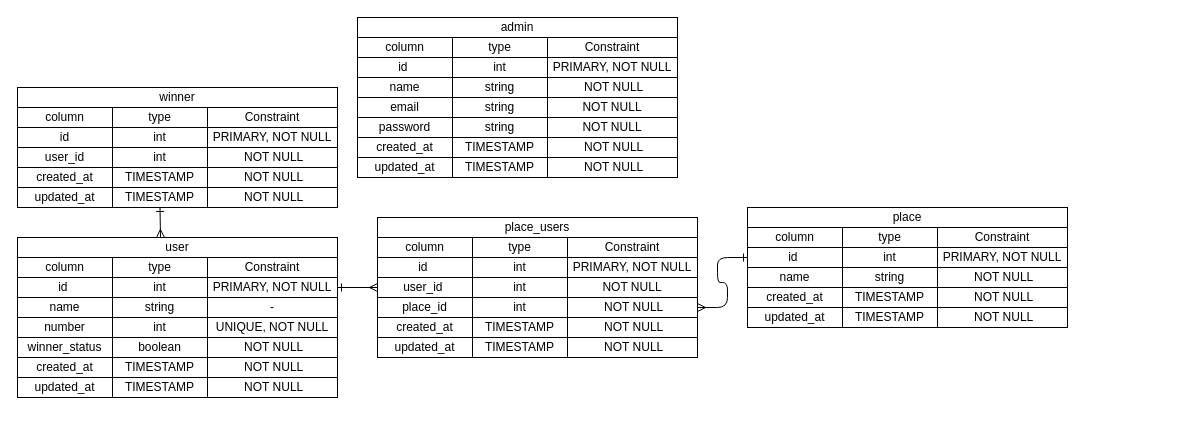
Above: lottery.drawio in NUTFes/lottery (draw.io), before the change. Source tidied: cells renumbered, new cells numbered last; positions are measured from the earlier drawing's top-left corner, leaving out a move shared by most shapes. Both pictures are drawn from the tidied source at 100%, with x=0, y=0 at pixel (17, 17).
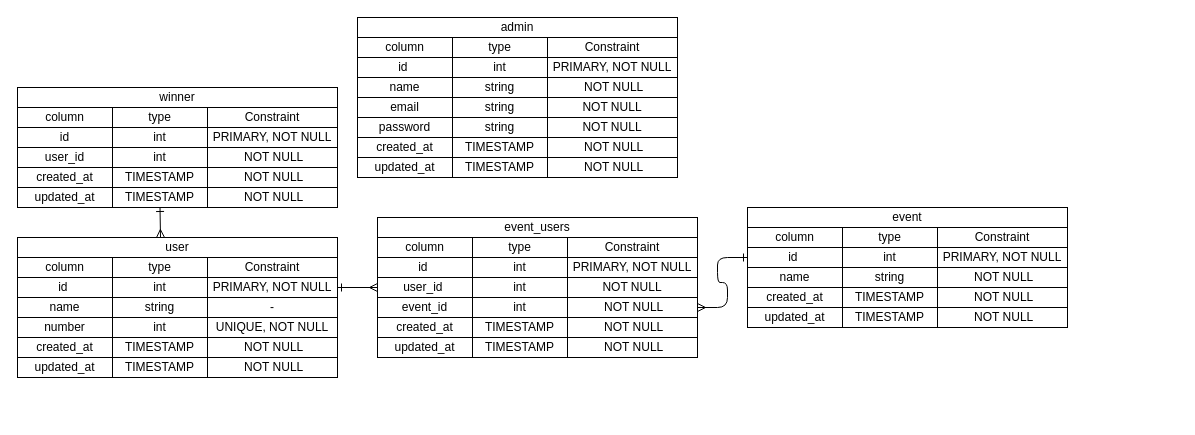
The same diagram, later.

Unchanged cells that the change refers to:
```xml
<mxCell id="5" style="group;" parent="4" vertex="1">
  <mxGeometry width="320" height="140" as="geometry" />
</mxCell>
<mxCell id="29" style="group;" parent="28" vertex="1">
  <mxGeometry y="20" width="320" height="160" as="geometry" />
</mxCell>
<mxCell id="77" style="group;" parent="1" vertex="1">
  <mxGeometry x="360" y="200" width="325" height="180" as="geometry" />
</mxCell>
<mxCell id="81" style="group;" parent="80" vertex="1">
  <mxGeometry width="325" height="120" as="geometry" />
</mxCell>
```

Diff of the diagram source:
```diff
@@
-    <mxCell id="14" value="winner_status" style="whiteSpace=wrap;html=1;" parent="5" vertex="1">
-      <mxGeometry y="80" width="95" height="20" as="geometry" />
-    </mxCell>
-    <mxCell id="15" value="boolean" style="whiteSpace=wrap;html=1;" parent="5" vertex="1">
-      <mxGeometry x="95" y="80" width="95" height="20" as="geometry" />
-    </mxCell>
     <mxCell id="16" value="&amp;nbsp;NOT NULL" style="whiteSpace=wrap;html=1;" parent="5" vertex="1">
-      <mxGeometry x="190" y="100" width="130" height="20" as="geometry" />
+      <mxGeometry x="190" y="80" width="130" height="20" as="geometry" />
     </mxCell>
     <mxCell id="17" value="created_at" style="whiteSpace=wrap;html=1;" parent="5" vertex="1">
-      <mxGeometry y="100" width="95" height="20" as="geometry" />
+      <mxGeometry y="80" width="95" height="20" as="geometry" />
     </mxCell>
     <mxCell id="18" value="TIMESTAMP" style="whiteSpace=wrap;html=1;" parent="5" vertex="1">
-      <mxGeometry x="95" y="100" width="95" height="20" as="geometry" />
+      <mxGeometry x="95" y="80" width="95" height="20" as="geometry" />
     </mxCell>
     <mxCell id="19" value="updated_at" style="whiteSpace=wrap;html=1;" parent="5" vertex="1">
-      <mxGeometry y="120" width="95" height="20" as="geometry" />
+      <mxGeometry y="100" width="95" height="20" as="geometry" />
     </mxCell>
     <mxCell id="20" value="&lt;span&gt;TIMESTAMP&lt;/span&gt;" style="whiteSpace=wrap;html=1;" parent="5" vertex="1">
-      <mxGeometry x="95" y="120" width="95" height="20" as="geometry" />
+      <mxGeometry x="95" y="100" width="95" height="20" as="geometry" />
     </mxCell>
-    <mxCell id="21" value="&amp;nbsp;NOT NULL" style="whiteSpace=wrap;html=1;" parent="5" vertex="1">
-      <mxGeometry x="190" y="80" width="130" height="20" as="geometry" />
-    </mxCell>
     <mxCell id="22" value="&amp;nbsp;NOT NULL" style="whiteSpace=wrap;html=1;" parent="5" vertex="1">
-      <mxGeometry x="190" y="120" width="130" height="20" as="geometry" />
+      <mxGeometry x="190" y="100" width="130" height="20" as="geometry" />
     </mxCell>
@@
-    <mxCell id="49" value="place" style="whiteSpace=wrap;html=1;" parent="29" vertex="1">
+    <mxCell id="49" value="event" style="whiteSpace=wrap;html=1;" parent="29" vertex="1">
       <mxGeometry x="-110" y="-20" width="320" height="20" as="geometry" />
     </mxCell>
@@
-    <mxCell id="83" value="place_id" style="whiteSpace=wrap;html=1;" parent="81" vertex="1">
+    <mxCell id="83" value="event_id" style="whiteSpace=wrap;html=1;" parent="81" vertex="1">
       <mxGeometry y="60" width="95" height="20" as="geometry" />
     </mxCell>
@@
-    <mxCell id="101" value="place_users" style="whiteSpace=wrap;html=1;" parent="77" vertex="1">
+    <mxCell id="101" value="event_users" style="whiteSpace=wrap;html=1;" parent="77" vertex="1">
       <mxGeometry width="320" height="20" as="geometry" />
     </mxCell>
```
